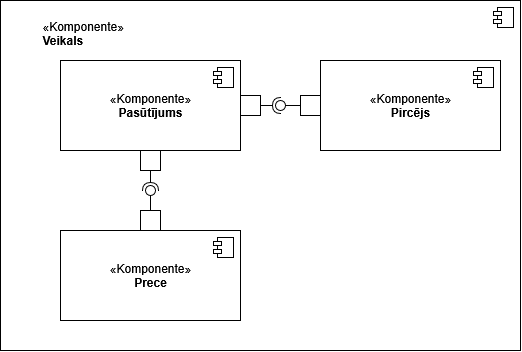
The draw.io diagram src/assets/compdiag.png in 1ivyatan/UMLDiagramsInteractive, before a commit. Source tidied: cells renumbered, new cells last; positions are measured from the earlier drawing's top-left corner, leaving out a move shared by most shapes.
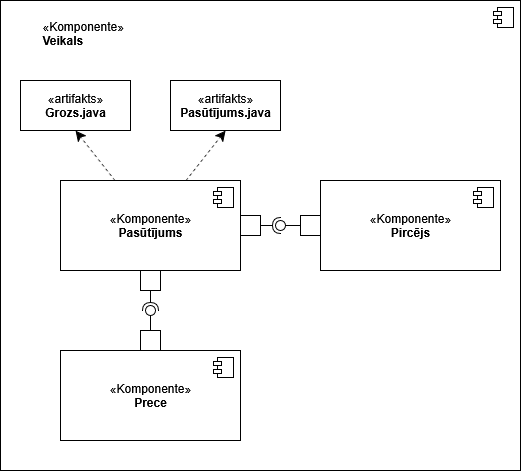
Later version of the same file.

Commit message:
add larger comp diagram

The edit, as a diff of the source:
```diff
@@ -3,13 +3,19 @@
     <mxCell id="0" />
     <mxCell id="1" parent="0" />
     <mxCell id="2" value="&lt;blockquote&gt;«Komponente»&lt;br&gt;&lt;b&gt;Veikals&lt;/b&gt;&lt;/blockquote&gt;" style="html=1;whiteSpace=wrap;align=left;verticalAlign=top;" parent="1" vertex="1">
-      <mxGeometry width="520" height="350" as="geometry" />
+      <mxGeometry y="-120" width="520" height="470" as="geometry" />
     </mxCell>
     <mxCell id="3" style="shape=module;jettyWidth=8;jettyHeight=4;" parent="2" vertex="1">
       <mxGeometry x="1" width="20" height="20" relative="1" as="geometry">
         <mxPoint x="-27" y="7" as="offset" />
       </mxGeometry>
     </mxCell>
+    <mxCell id="21" style="edgeStyle=none;curved=1;rounded=0;jettySize=auto;html=1;entryX=0.5;entryY=1;entryDx=0;entryDy=0;fontSize=12;startSize=8;endSize=8;dashed=1;" parent="1" edge="1" source="4" target="23">
+      <mxGeometry relative="1" as="geometry" />
+    </mxCell>
+    <mxCell id="22" style="edgeStyle=none;curved=1;rounded=0;jettySize=auto;html=1;entryX=0.5;entryY=1;entryDx=0;entryDy=0;fontSize=12;startSize=8;endSize=8;dashed=1;" parent="1" edge="1" source="4" target="24">
+      <mxGeometry relative="1" as="geometry" />
+    </mxCell>
     <mxCell id="4" value="«Komponente»&lt;br&gt;&lt;b&gt;Pasūtījums&lt;/b&gt;" style="html=1;whiteSpace=wrap;" parent="1" vertex="1">
       <mxGeometry x="60" y="60" width="180" height="90" as="geometry" />
     </mxCell>
@@ -47,9 +53,6 @@
         <mxPoint x="280" y="105" as="targetPoint" />
       </mxGeometry>
     </mxCell>
-    <mxCell id="13" style="ellipse;whiteSpace=wrap;html=1;align=center;fillColor=none;strokeColor=none;perimeter=centerPerimeter;" parent="1" vertex="1">
-      <mxGeometry x="315" y="200" width="10" height="10" as="geometry" />
-    </mxCell>
     <mxCell id="14" style="rounded=0;jettySize=auto;html=1;endArrow=halfCircle;endFill=0;endSize=6;strokeWidth=1;sketch=0;fontSize=12;curved=1;exitX=0.5;exitY=1;exitDx=0;exitDy=0;" parent="1" edge="1" source="4">
       <mxGeometry relative="1" as="geometry">
         <mxPoint x="150" y="190" as="targetPoint" />
@@ -75,5 +78,11 @@
     <mxCell id="20" style="rounded=0;whiteSpace=wrap;html=1;" parent="1" vertex="1">
       <mxGeometry x="140" y="210" width="20" height="20" as="geometry" />
     </mxCell>
+    <mxCell id="23" value="«artifakts»&lt;br&gt;&lt;b&gt;Grozs.java&lt;/b&gt;" style="html=1;whiteSpace=wrap;" parent="1" vertex="1">
+      <mxGeometry x="20" y="-40" width="110" height="50" as="geometry" />
+    </mxCell>
+    <mxCell id="24" value="«artifakts»&lt;br&gt;&lt;b&gt;Pasūtījums.java&lt;/b&gt;" style="html=1;whiteSpace=wrap;" parent="1" vertex="1">
+      <mxGeometry x="170" y="-40" width="110" height="50" as="geometry" />
+    </mxCell>
   </root>
 </mxGraphModel>
```
